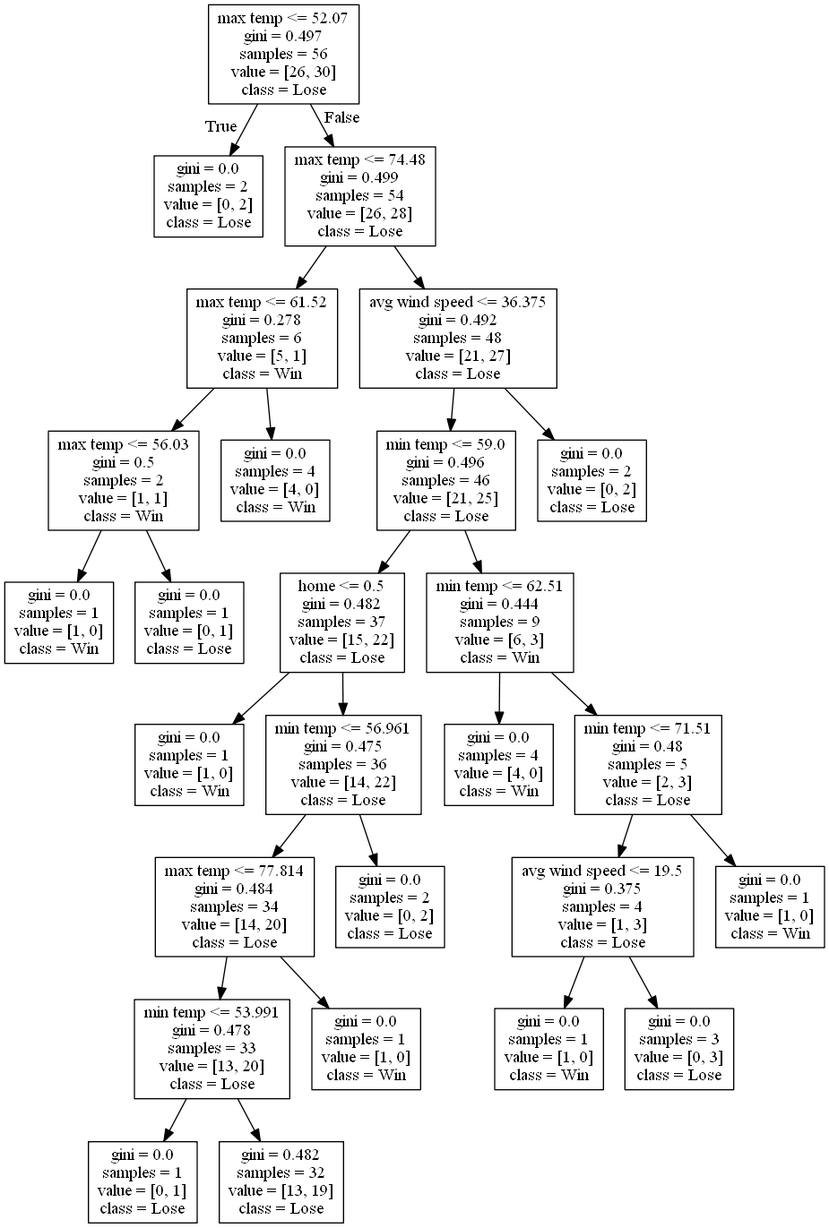
Above: DecisionTrees/decision_tree_no_score_or_attendance14.png in alexana-steck/CSE482Project (Graphviz), before the change. Its source is kept beside it as DecisionTrees/decision_tree_no_score_or_attendance14.dot.
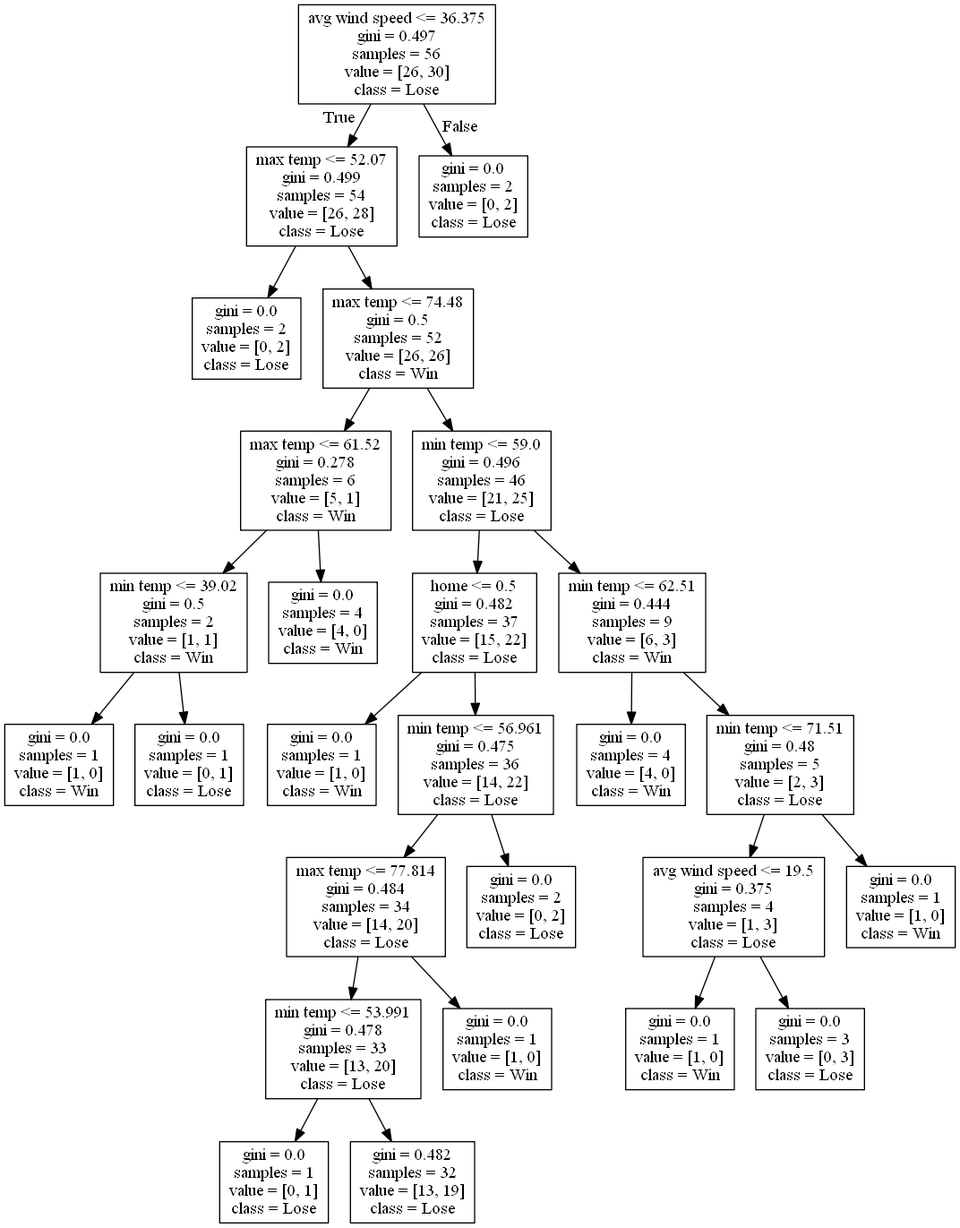
After the change.

What changed in the source:
```diff
@@ -1,24 +1,24 @@
 digraph Tree {
 node [shape=box] ;
-0 [label="max temp <= 52.07\ngini = 0.497\nsamples = 56\nvalue = [26, 30]\nclass = Lose"] ;
-1 [label="gini = 0.0\nsamples = 2\nvalue = [0, 2]\nclass = Lose"] ;
+0 [label="avg wind speed <= 36.375\ngini = 0.497\nsamples = 56\nvalue = [26, 30]\nclass = Lose"] ;
+1 [label="max temp <= 52.07\ngini = 0.499\nsamples = 54\nvalue = [26, 28]\nclass = Lose"] ;
 0 -> 1 [labeldistance=2.5, labelangle=45, headlabel="True"] ;
-2 [label="max temp <= 74.48\ngini = 0.499\nsamples = 54\nvalue = [26, 28]\nclass = Lose"] ;
-0 -> 2 [labeldistance=2.5, labelangle=-45, headlabel="False"] ;
-3 [label="max temp <= 61.52\ngini = 0.278\nsamples = 6\nvalue = [5, 1]\nclass = Win"] ;
-2 -> 3 ;
-4 [label="max temp <= 56.03\ngini = 0.5\nsamples = 2\nvalue = [1, 1]\nclass = Win"] ;
+2 [label="gini = 0.0\nsamples = 2\nvalue = [0, 2]\nclass = Lose"] ;
+1 -> 2 ;
+3 [label="max temp <= 74.48\ngini = 0.5\nsamples = 52\nvalue = [26, 26]\nclass = Win"] ;
+1 -> 3 ;
+4 [label="max temp <= 61.52\ngini = 0.278\nsamples = 6\nvalue = [5, 1]\nclass = Win"] ;
 3 -> 4 ;
-5 [label="gini = 0.0\nsamples = 1\nvalue = [1, 0]\nclass = Win"] ;
+5 [label="min temp <= 39.02\ngini = 0.5\nsamples = 2\nvalue = [1, 1]\nclass = Win"] ;
 4 -> 5 ;
-6 [label="gini = 0.0\nsamples = 1\nvalue = [0, 1]\nclass = Lose"] ;
-4 -> 6 ;
-7 [label="gini = 0.0\nsamples = 4\nvalue = [4, 0]\nclass = Win"] ;
-3 -> 7 ;
-8 [label="avg wind speed <= 36.375\ngini = 0.492\nsamples = 48\nvalue = [21, 27]\nclass = Lose"] ;
-2 -> 8 ;
+6 [label="gini = 0.0\nsamples = 1\nvalue = [1, 0]\nclass = Win"] ;
+5 -> 6 ;
+7 [label="gini = 0.0\nsamples = 1\nvalue = [0, 1]\nclass = Lose"] ;
+5 -> 7 ;
+8 [label="gini = 0.0\nsamples = 4\nvalue = [4, 0]\nclass = Win"] ;
+4 -> 8 ;
 9 [label="min temp <= 59.0\ngini = 0.496\nsamples = 46\nvalue = [21, 25]\nclass = Lose"] ;
-8 -> 9 ;
+3 -> 9 ;
 10 [label="home <= 0.5\ngini = 0.482\nsamples = 37\nvalue = [15, 22]\nclass = Lose"] ;
 9 -> 10 ;
 11 [label="gini = 0.0\nsamples = 1\nvalue = [1, 0]\nclass = Win"] ;
@@ -52,5 +52,5 @@
 25 [label="gini = 0.0\nsamples = 1\nvalue = [1, 0]\nclass = Win"] ;
 21 -> 25 ;
 26 [label="gini = 0.0\nsamples = 2\nvalue = [0, 2]\nclass = Lose"] ;
-8 -> 26 ;
+0 -> 26 [labeldistance=2.5, labelangle=-45, headlabel="False"] ;
 }
```
